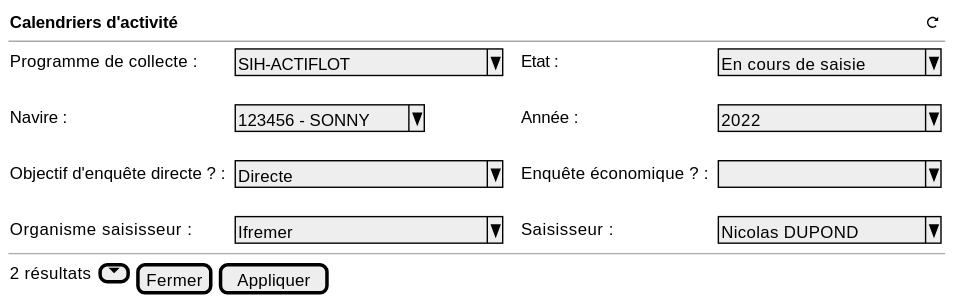
This is projects/activity-calendar/spe/images/activity-calendar-table-filters.svg from sumaris-net/sumaris-doc, a PlantUML export, as it was before one commit.
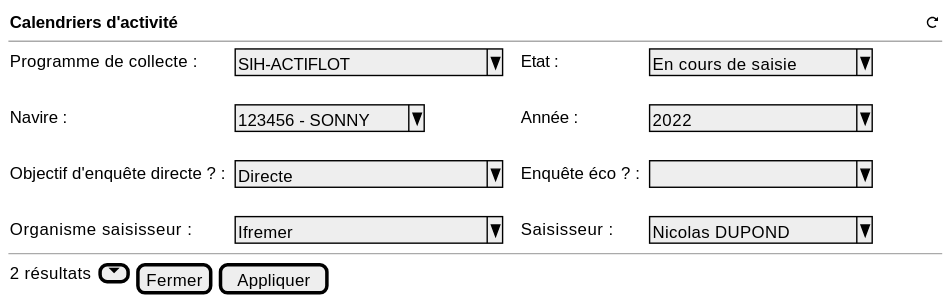
The same diagram one commit later.

Change to the diagram source:
```diff
@@ -9,7 +9,7 @@
         .
         Navire : | . | ^ 123456 - SONNY^ | . | . | Année : | . | ^ 2022             ^
         .
-        Objectif d'enquête directe ? :   | . |^ Directe              ^ |  . | . | Enquête économique ? :   | . | ^                  ^
+        Objectif d'enquête directe ? :   | . |^ Directe              ^ |  . | . | Enquête éco ? :   | . | ^                  ^
         .
         Organisme saisisseur :   | . |^ Ifremer              ^ |  . | . | Saisisseur :   | . | ^ Nicolas DUPOND   ^
 
```
